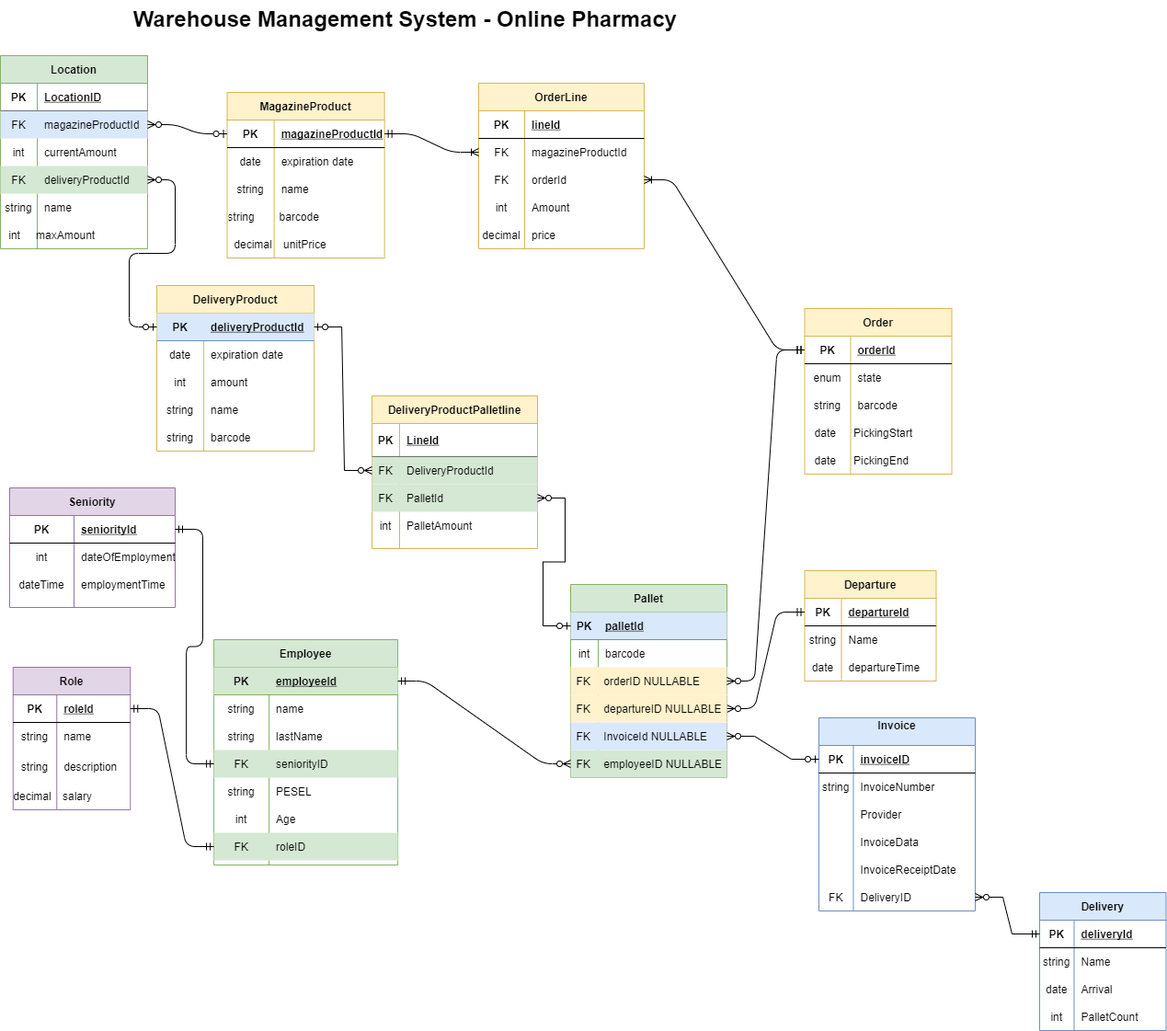
The draw.io diagram ProjectPlan/wms-database-final.png in dgaweda/warehouse-management-system, before a commit. Source tidied: cells renumbered, new cells last; positions are measured from the earlier drawing's top-left corner, leaving out a move shared by most shapes.
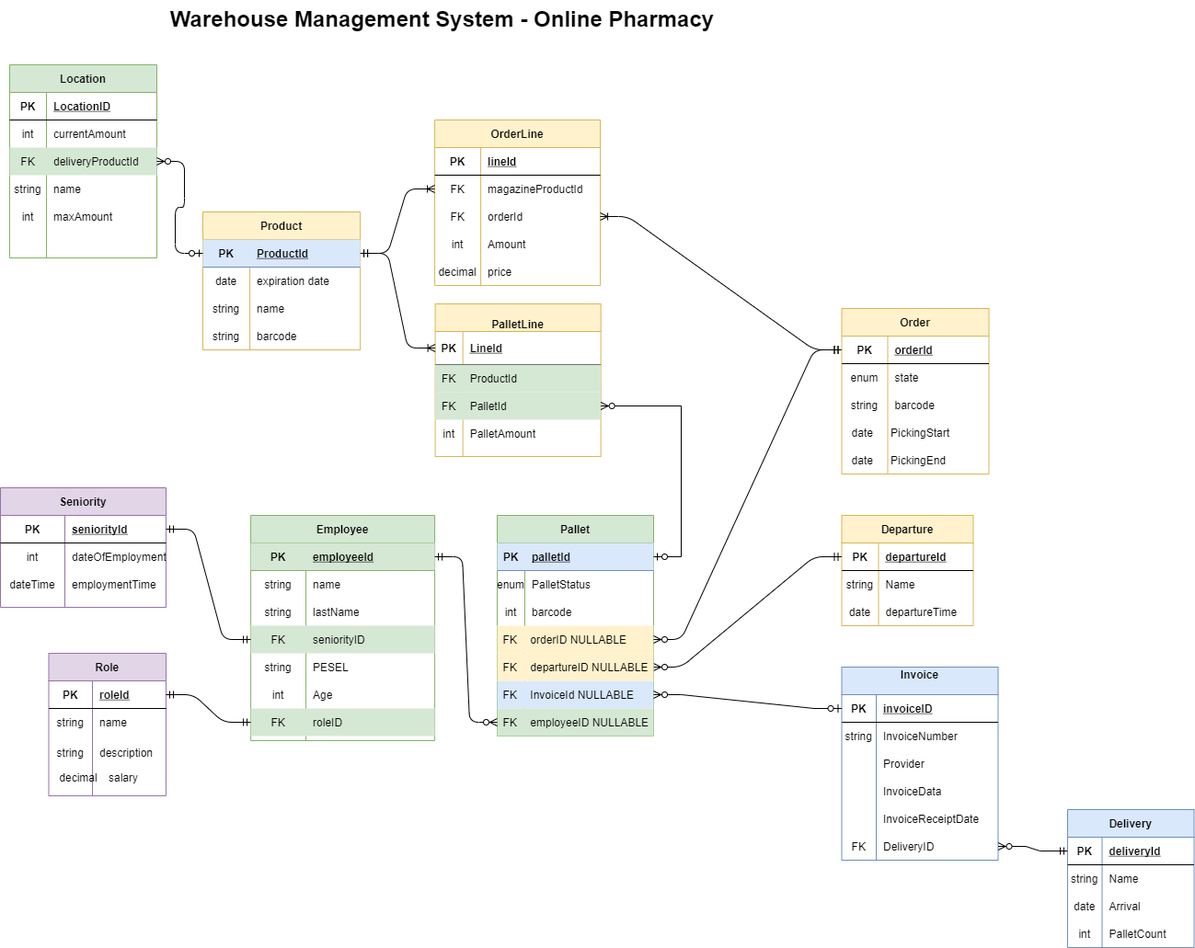
The same file after the commit.

Change to the diagram source:
```diff
@@ -8,3 +8,3 @@
     <mxCell id="3" value="Role" style="shape=table;startSize=30;rowLines=0;fontStyle=1;align=center;fillColor=#e1d5e7;strokeColor=#9673a6;" parent="1" vertex="1">
-      <mxGeometry x="13.8" y="725" width="127.5" height="155" as="geometry" />
+      <mxGeometry x="12.5" y="710" width="127.5" height="155" as="geometry" />
     </mxCell>
@@ -67,34 +67,4 @@
     </mxCell>
-    <mxCell id="23" value="MagazineProduct" style="shape=table;startSize=30;rowLines=0;fontStyle=1;align=center;fillColor=#fff2cc;strokeColor=#d6b656;" parent="1" vertex="1">
-      <mxGeometry x="246.5" y="100" width="171.1" height="180" as="geometry" />
-    </mxCell>
-    <mxCell id="24" style="shape=partialRectangle;fillColor=none;top=0;left=0;bottom=1;right=0;points=[[0,0.5],[1,0.5]];portConstraint=eastwest;" parent="23" vertex="1">
-      <mxGeometry y="30" width="171.1" height="30" as="geometry" />
-    </mxCell>
-    <mxCell id="25" value="PK" style="shape=partialRectangle;fillColor=none;top=0;left=0;bottom=0;right=0;fontStyle=1;overflow=hidden;" parent="24" vertex="1">
-      <mxGeometry width="51.1" height="30" as="geometry" />
-    </mxCell>
-    <mxCell id="26" value="magazineProductId" style="shape=partialRectangle;fillColor=none;top=0;left=0;bottom=0;right=0;align=left;spacingLeft=6;fontStyle=5;overflow=hidden;" parent="24" vertex="1">
-      <mxGeometry x="51.1" width="120" height="30" as="geometry" />
-    </mxCell>
-    <mxCell id="27" style="shape=partialRectangle;fillColor=none;top=0;left=0;bottom=0;right=0;" parent="23" vertex="1">
-      <mxGeometry y="60" width="171.1" height="30" as="geometry" />
-    </mxCell>
-    <mxCell id="28" value="date" style="shape=partialRectangle;fillColor=none;top=0;left=0;bottom=0;right=0;overflow=hidden;" parent="27" vertex="1">
-      <mxGeometry width="51.1" height="30" as="geometry" />
-    </mxCell>
-    <mxCell id="29" value="expiration date" style="shape=partialRectangle;fillColor=none;top=0;left=0;bottom=0;right=0;align=left;spacingLeft=6;overflow=hidden;" parent="27" vertex="1">
-      <mxGeometry x="51.1" width="120" height="30" as="geometry" />
-    </mxCell>
-    <mxCell id="30" style="shape=partialRectangle;fillColor=none;top=0;left=0;bottom=0;right=0;" parent="23" vertex="1">
-      <mxGeometry y="90" width="171.1" height="30" as="geometry" />
-    </mxCell>
-    <mxCell id="31" value="string" style="shape=partialRectangle;fillColor=none;top=0;left=0;bottom=0;right=0;overflow=hidden;" parent="30" vertex="1">
-      <mxGeometry width="51.1" height="30" as="geometry" />
-    </mxCell>
-    <mxCell id="32" value="name" style="shape=partialRectangle;fillColor=none;top=0;left=0;bottom=0;right=0;align=left;spacingLeft=6;overflow=hidden;" parent="30" vertex="1">
-      <mxGeometry x="51.1" width="120" height="30" as="geometry" />
-    </mxCell>
     <mxCell id="33" value="Departure" style="shape=table;startSize=30;rowLines=0;fontStyle=1;align=center;fillColor=#fff2cc;strokeColor=#d6b656;" parent="1" vertex="1">
-      <mxGeometry x="874.5" y="620" width="143" height="120" as="geometry" />
+      <mxGeometry x="874.5" y="560" width="143" height="120" as="geometry" />
     </mxCell>
@@ -128,3 +98,3 @@
     <mxCell id="43" value="Employee" style="shape=table;startSize=30;rowLines=0;fontStyle=1;align=center;fillColor=#d5e8d4;strokeColor=#82b366;" parent="1" vertex="1">
-      <mxGeometry x="232.1" y="695" width="200" height="245" as="geometry" />
+      <mxGeometry x="232.1" y="560" width="200" height="245" as="geometry" />
     </mxCell>
@@ -194,3 +164,3 @@
     <mxCell id="65" value="Pallet" style="shape=table;startSize=30;rowLines=0;fontStyle=1;align=center;fillColor=#d5e8d4;strokeColor=#82b366;" parent="1" vertex="1">
-      <mxGeometry x="620" y="635" width="170" height="210" as="geometry" />
+      <mxGeometry x="500" y="560" width="170" height="240" as="geometry" />
     </mxCell>
@@ -205,4 +175,13 @@
     </mxCell>
+    <mxCell id="221" style="shape=partialRectangle;fillColor=none;top=0;left=0;bottom=0;right=0;" parent="65" vertex="1">
+      <mxGeometry y="60" width="170" height="30" as="geometry" />
+    </mxCell>
+    <mxCell id="222" value="enum" style="shape=partialRectangle;fillColor=none;top=0;left=0;bottom=0;right=0;fontStyle=0;overflow=hidden;" parent="221" vertex="1">
+      <mxGeometry width="30" height="30" as="geometry" />
+    </mxCell>
+    <mxCell id="223" value="PalletStatus" style="shape=partialRectangle;fillColor=none;top=0;left=0;bottom=0;right=0;align=left;spacingLeft=6;fontStyle=0;overflow=hidden;" parent="221" vertex="1">
+      <mxGeometry x="30" width="140" height="30" as="geometry" />
+    </mxCell>
     <mxCell id="69" style="shape=partialRectangle;fillColor=none;top=0;left=0;bottom=0;right=0;" parent="65" vertex="1">
-      <mxGeometry y="60" width="170" height="30" as="geometry" />
+      <mxGeometry y="90" width="170" height="30" as="geometry" />
     </mxCell>
@@ -215,3 +194,3 @@
     <mxCell id="72" value="Location" style="shape=table;startSize=30;rowLines=0;fontStyle=1;align=center;fillColor=#d5e8d4;strokeColor=#82b366;" parent="1" vertex="1">
-      <mxGeometry y="60" width="160" height="210" as="geometry" />
+      <mxGeometry x="-30" y="70" width="160" height="210" as="geometry" />
     </mxCell>
@@ -226,13 +205,4 @@
     </mxCell>
-    <mxCell id="76" style="shape=partialRectangle;fillColor=#dae8fc;top=0;left=0;bottom=0;right=0;points=[[0,0.5],[1,0.5]];portConstraint=eastwest;strokeColor=#6c8ebf;" parent="72" vertex="1">
-      <mxGeometry y="60" width="160" height="30" as="geometry" />
-    </mxCell>
-    <mxCell id="77" value="FK" style="shape=partialRectangle;fillColor=none;top=0;left=0;bottom=0;right=0;overflow=hidden;" parent="76" vertex="1">
-      <mxGeometry width="40" height="30" as="geometry" />
-    </mxCell>
-    <mxCell id="78" value="magazineProductId" style="shape=partialRectangle;fillColor=none;top=0;left=0;bottom=0;right=0;align=left;spacingLeft=6;overflow=hidden;" parent="76" vertex="1">
-      <mxGeometry x="40" width="120" height="30" as="geometry" />
-    </mxCell>
     <mxCell id="79" style="shape=partialRectangle;fillColor=none;top=0;left=0;bottom=0;right=0;" parent="72" vertex="1">
-      <mxGeometry y="90" width="160" height="30" as="geometry" />
+      <mxGeometry y="60" width="160" height="30" as="geometry" />
     </mxCell>
@@ -245,3 +215,3 @@
     <mxCell id="82" style="shape=partialRectangle;fillColor=#d5e8d4;top=0;left=0;bottom=0;right=0;points=[[0,0.5],[1,0.5]];portConstraint=eastwest;strokeColor=#82b366;" parent="72" vertex="1">
-      <mxGeometry y="120" width="160" height="30" as="geometry" />
+      <mxGeometry y="90" width="160" height="30" as="geometry" />
     </mxCell>
@@ -254,3 +224,3 @@
     <mxCell id="85" style="shape=partialRectangle;fillColor=none;top=0;left=0;bottom=0;right=0;" parent="72" vertex="1">
-      <mxGeometry y="150" width="160" height="30" as="geometry" />
+      <mxGeometry y="120" width="160" height="30" as="geometry" />
     </mxCell>
@@ -262,11 +232,11 @@
     </mxCell>
-    <mxCell id="88" style="shape=partialRectangle;fillColor=none;top=0;left=0;bottom=0;right=0;" parent="1" vertex="1">
-      <mxGeometry x="247.6" y="220" width="172.4" height="30" as="geometry" />
-    </mxCell>
-    <mxCell id="89" value="string" style="shape=partialRectangle;fillColor=none;top=0;left=0;bottom=0;right=0;overflow=hidden;" parent="88" vertex="1">
-      <mxGeometry width="28.7" height="30" as="geometry" />
-    </mxCell>
-    <mxCell id="90" value="barcode" style="shape=partialRectangle;fillColor=none;top=0;left=0;bottom=0;right=0;align=left;spacingLeft=6;overflow=hidden;" parent="88" vertex="1">
-      <mxGeometry x="47.9" width="143.6" height="30" as="geometry" />
-    </mxCell>
+    <mxCell id="224" style="shape=partialRectangle;fillColor=none;top=0;left=0;bottom=0;right=0;" parent="72" vertex="1">
+      <mxGeometry y="150" width="160" height="30" as="geometry" />
+    </mxCell>
+    <mxCell id="225" value="int" style="shape=partialRectangle;fillColor=none;top=0;left=0;bottom=0;right=0;fontStyle=0;overflow=hidden;" parent="224" vertex="1">
+      <mxGeometry width="40" height="30" as="geometry" />
+    </mxCell>
+    <mxCell id="113" value="maxAmount" style="shape=partialRectangle;fillColor=none;top=0;left=0;bottom=0;right=0;align=left;spacingLeft=6;fontStyle=0;overflow=hidden;" parent="224" vertex="1">
+      <mxGeometry x="40" width="120" height="30" as="geometry" />
+    </mxCell>
     <mxCell id="91" style="shape=partialRectangle;fillColor=none;top=0;left=0;bottom=0;right=0;" parent="1" vertex="1">
@@ -278,3 +248,3 @@
     <mxCell id="93" value="Seniority" style="shape=table;startSize=30;rowLines=0;fontStyle=1;align=center;fillColor=#e1d5e7;strokeColor=#9673a6;" parent="1" vertex="1">
-      <mxGeometry x="10" y="530" width="180" height="130" as="geometry" />
+      <mxGeometry x="-40" y="530" width="180" height="130" as="geometry" />
     </mxCell>
@@ -331,11 +301,2 @@
     </mxCell>
-    <mxCell id="111" style="shape=partialRectangle;fillColor=none;top=0;left=0;bottom=0;right=0;" parent="1" vertex="1">
-      <mxGeometry y="240" width="140" height="30" as="geometry" />
-    </mxCell>
-    <mxCell id="112" value="int" style="shape=partialRectangle;fillColor=none;top=0;left=0;bottom=0;right=0;overflow=hidden;" parent="111" vertex="1">
-      <mxGeometry width="31.1" height="30" as="geometry" />
-    </mxCell>
-    <mxCell id="113" value="maxAmount" style="shape=partialRectangle;fillColor=none;top=0;left=0;bottom=0;right=0;align=left;spacingLeft=6;overflow=hidden;" parent="111" vertex="1">
-      <mxGeometry x="31.1" width="108.9" height="30" as="geometry" />
-    </mxCell>
     <mxCell id="114" style="shape=partialRectangle;fillColor=none;top=0;left=0;bottom=0;right=0;" parent="1" vertex="1">
@@ -347,3 +308,3 @@
     <mxCell id="116" value="Delivery" style="shape=table;startSize=30;rowLines=0;fontStyle=1;align=center;fillColor=#dae8fc;strokeColor=#6c8ebf;" parent="1" vertex="1">
-      <mxGeometry x="1130" y="970" width="137.5" height="150" as="geometry" />
+      <mxGeometry x="1120" y="880" width="137.5" height="150" as="geometry" />
     </mxCell>
@@ -386,3 +347,3 @@
     <mxCell id="129" style="shape=partialRectangle;fillColor=#dae8fc;top=0;left=0;bottom=0;right=0;points=[[0,0.5],[1,0.5]];portConstraint=eastwest;strokeColor=#6c8ebf;" parent="1" vertex="1">
-      <mxGeometry x="620" y="785" width="170" height="30" as="geometry" />
+      <mxGeometry x="500" y="740" width="170" height="30" as="geometry" />
     </mxCell>
@@ -395,3 +356,3 @@
     <mxCell id="132" style="shape=partialRectangle;fillColor=#fff2cc;top=0;left=0;bottom=0;right=0;points=[[0,0.5],[1,0.5]];portConstraint=eastwest;strokeColor=#d6b656;" parent="1" vertex="1">
-      <mxGeometry x="620" y="725" width="170" height="30" as="geometry" />
+      <mxGeometry x="500" y="680" width="170" height="30" as="geometry" />
     </mxCell>
@@ -404,3 +365,3 @@
     <mxCell id="135" style="shape=partialRectangle;fillColor=#fff2cc;top=0;left=0;bottom=0;right=0;points=[[0,0.5],[1,0.5]];portConstraint=eastwest;strokeColor=#d6b656;" parent="1" vertex="1">
-      <mxGeometry x="620" y="755" width="170" height="30" as="geometry" />
+      <mxGeometry x="500" y="710" width="170" height="30" as="geometry" />
     </mxCell>
@@ -413,3 +374,3 @@
     <mxCell id="138" style="shape=partialRectangle;fillColor=#d5e8d4;top=0;left=0;bottom=0;right=0;points=[[0,0.5],[1,0.5]];portConstraint=eastwest;strokeColor=#82b366;" parent="1" vertex="1">
-      <mxGeometry x="620" y="815" width="170" height="30" as="geometry" />
+      <mxGeometry x="500" y="770" width="170" height="30" as="geometry" />
     </mxCell>
@@ -425,3 +386,3 @@
     <mxCell id="142" style="shape=partialRectangle;fillColor=none;top=0;left=0;bottom=0;right=0;" parent="1" vertex="1">
-      <mxGeometry x="10" y="850" width="127.5" height="30" as="geometry" />
+      <mxGeometry x="20" y="830" width="127.5" height="30" as="geometry" />
     </mxCell>
@@ -433,13 +394,4 @@
     </mxCell>
-    <mxCell id="145" style="shape=partialRectangle;fillColor=none;top=0;left=0;bottom=0;right=0;" parent="1" vertex="1">
-      <mxGeometry x="250" y="250" width="180" height="30" as="geometry" />
-    </mxCell>
-    <mxCell id="146" value="decimal" style="shape=partialRectangle;fillColor=none;top=0;left=0;bottom=0;right=0;overflow=hidden;" parent="145" vertex="1">
-      <mxGeometry width="50" height="30" as="geometry" />
-    </mxCell>
-    <mxCell id="147" value="unitPrice" style="shape=partialRectangle;fillColor=none;top=0;left=0;bottom=0;right=0;align=left;spacingLeft=6;overflow=hidden;" parent="145" vertex="1">
-      <mxGeometry x="50" width="150" height="30" as="geometry" />
-    </mxCell>
     <mxCell id="148" value="OrderLine" style="shape=table;startSize=30;rowLines=0;fontStyle=1;align=center;fillColor=#fff2cc;strokeColor=#d6b656;" parent="1" vertex="1">
-      <mxGeometry x="520" y="90" width="180" height="180" as="geometry" />
+      <mxGeometry x="432.1" y="130" width="180" height="180" as="geometry" />
     </mxCell>
@@ -493,3 +445,3 @@
     </mxCell>
-    <mxCell id="165" style="edgeStyle=entityRelationEdgeStyle;fontSize=12;html=1;endArrow=ERoneToMany;startArrow=ERmandOne;" parent="1" edge="1" source="24" target="152">
+    <mxCell id="165" style="edgeStyle=entityRelationEdgeStyle;fontSize=12;html=1;endArrow=ERoneToMany;startArrow=ERmandOne;" parent="1" edge="1" source="169" target="152">
       <mxGeometry relative="1" as="geometry" />
@@ -499,7 +451,4 @@
     </mxCell>
-    <mxCell id="167" style="edgeStyle=entityRelationEdgeStyle;fontSize=12;html=1;endArrow=ERzeroToMany;startArrow=ERzeroToOne;" parent="1" edge="1" source="24" target="76">
-      <mxGeometry relative="1" as="geometry" />
-    </mxCell>
-    <mxCell id="168" value="DeliveryProduct" style="shape=table;startSize=30;rowLines=0;fontStyle=1;align=center;fillColor=#fff2cc;strokeColor=#d6b656;" parent="1" vertex="1">
-      <mxGeometry x="170" y="310" width="171.1" height="180" as="geometry" />
+    <mxCell id="168" value="Product" style="shape=table;startSize=30;rowLines=0;fontStyle=1;align=center;fillColor=#fff2cc;strokeColor=#d6b656;" parent="1" vertex="1">
+      <mxGeometry x="180" y="230" width="171.1" height="150" as="geometry" />
     </mxCell>
@@ -511,3 +460,3 @@
     </mxCell>
-    <mxCell id="171" value="deliveryProductId" style="shape=partialRectangle;fillColor=none;top=0;left=0;bottom=0;right=0;align=left;spacingLeft=6;fontStyle=5;overflow=hidden;" parent="169" vertex="1">
+    <mxCell id="171" value="ProductId" style="shape=partialRectangle;fillColor=none;top=0;left=0;bottom=0;right=0;align=left;spacingLeft=6;fontStyle=5;overflow=hidden;" parent="169" vertex="1">
       <mxGeometry x="51.1" width="120" height="30" as="geometry" />
@@ -523,13 +472,4 @@
     </mxCell>
-    <mxCell id="175" style="shape=partialRectangle;fillColor=none;top=0;left=0;bottom=0;right=0;" parent="168" vertex="1">
-      <mxGeometry y="90" width="171.1" height="30" as="geometry" />
-    </mxCell>
-    <mxCell id="176" value="int" style="shape=partialRectangle;fillColor=none;top=0;left=0;bottom=0;right=0;overflow=hidden;" parent="175" vertex="1">
-      <mxGeometry width="51.1" height="30" as="geometry" />
-    </mxCell>
-    <mxCell id="177" value="amount" style="shape=partialRectangle;fillColor=none;top=0;left=0;bottom=0;right=0;align=left;spacingLeft=6;overflow=hidden;" parent="175" vertex="1">
-      <mxGeometry x="51.1" width="120" height="30" as="geometry" />
-    </mxCell>
     <mxCell id="178" style="shape=partialRectangle;fillColor=none;top=0;left=0;bottom=0;right=0;" parent="168" vertex="1">
-      <mxGeometry y="120" width="171.1" height="30" as="geometry" />
+      <mxGeometry y="90" width="171.1" height="30" as="geometry" />
     </mxCell>
@@ -542,3 +482,3 @@
     <mxCell id="181" style="shape=partialRectangle;fillColor=none;top=0;left=0;bottom=0;right=0;" parent="168" vertex="1">
-      <mxGeometry y="150" width="171.1" height="30" as="geometry" />
+      <mxGeometry y="120" width="171.1" height="30" as="geometry" />
     </mxCell>
@@ -553,4 +493,4 @@
     </mxCell>
-    <mxCell id="185" value="&#10;DeliveryProductPalletline&#10;" style="shape=table;startSize=30;rowLines=0;fontStyle=1;align=center;fillColor=#fff2cc;strokeColor=#d6b656;" parent="1" vertex="1">
-      <mxGeometry x="404" y="430" width="180" height="166" as="geometry" />
+    <mxCell id="185" value="&#10;PalletLine" style="shape=table;startSize=30;rowLines=0;fontStyle=1;align=center;fillColor=#fff2cc;strokeColor=#d6b656;" parent="1" vertex="1">
+      <mxGeometry x="432.6" y="330" width="180" height="166" as="geometry" />
     </mxCell>
@@ -571,3 +511,3 @@
     </mxCell>
-    <mxCell id="191" value="DeliveryProductId" style="shape=partialRectangle;fillColor=none;top=0;left=0;bottom=0;right=0;align=left;spacingLeft=6;overflow=hidden;" parent="189" vertex="1">
+    <mxCell id="191" value="ProductId" style="shape=partialRectangle;fillColor=none;top=0;left=0;bottom=0;right=0;align=left;spacingLeft=6;overflow=hidden;" parent="189" vertex="1">
       <mxGeometry x="30" width="150" height="30" as="geometry" />
@@ -595,7 +535,4 @@
     </mxCell>
-    <mxCell id="199" style="edgeStyle=entityRelationEdgeStyle;fontSize=12;html=1;endArrow=ERzeroToMany;startArrow=ERzeroToOne;rounded=0;" parent="1" edge="1" source="169" target="189">
-      <mxGeometry relative="1" as="geometry" />
-    </mxCell>
     <mxCell id="200" value="Invoice&#10;" style="shape=table;startSize=30;rowLines=0;fontStyle=1;align=center;fillColor=#dae8fc;strokeColor=#6c8ebf;" parent="1" vertex="1">
-      <mxGeometry x="890" y="780" width="170" height="210" as="geometry" />
+      <mxGeometry x="874.5" y="725" width="170" height="210" as="geometry" />
     </mxCell>
@@ -661,2 +598,5 @@
     </mxCell>
+    <mxCell id="226" style="edgeStyle=entityRelationEdgeStyle;fontSize=12;html=1;endArrow=ERoneToMany;startArrow=ERmandOne;" parent="1" edge="1" source="169" target="186">
+      <mxGeometry relative="1" as="geometry" />
+    </mxCell>
   </root>
```
